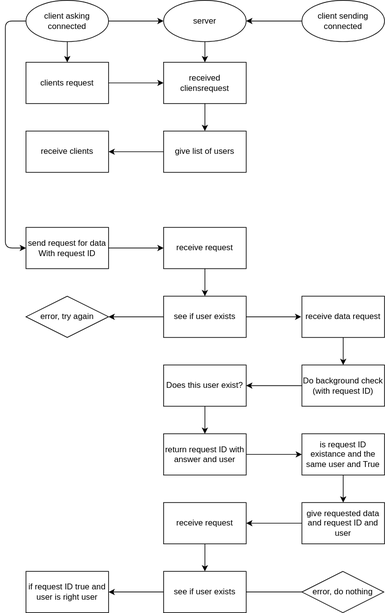
Before: connect.drawio.svg, a diagram exported from draw.io (oldmartijntje/LAN-Hub). Source tidied: cells renumbered, new cells last; positions are measured from the earlier drawing's top-left corner, leaving out a move shared by most shapes.
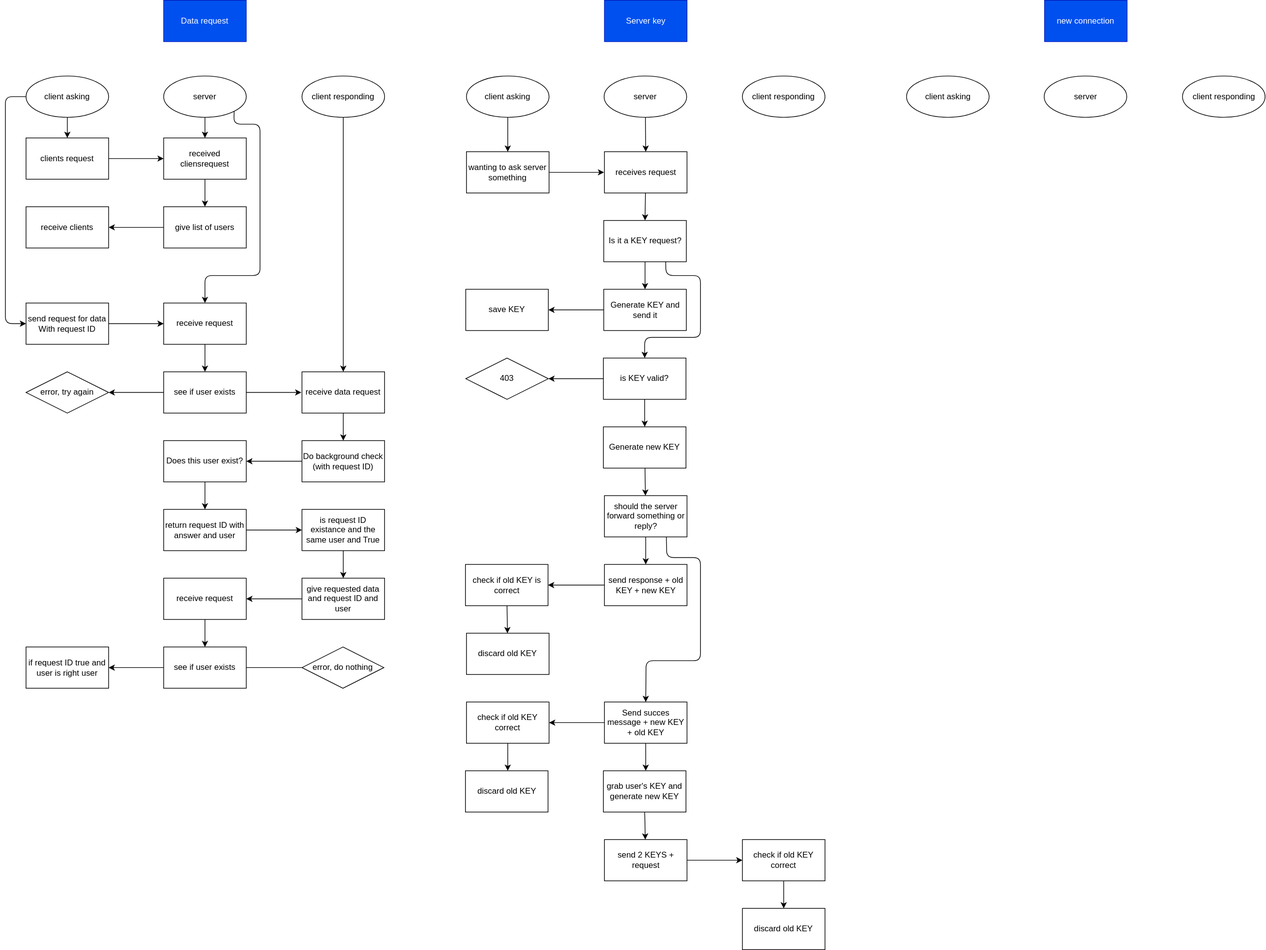
Above is the later version.

Commit message:
extra schematic

Change to the diagram source:
```diff
@@ -5,9 +5,6 @@
     <mxCell id="2" style="edgeStyle=none;html=1;entryX=0.5;entryY=0;entryDx=0;entryDy=0;" parent="1" edge="1" source="5" target="11">
       <mxGeometry relative="1" as="geometry" />
     </mxCell>
-    <mxCell id="3" style="edgeStyle=none;html=1;entryX=0;entryY=0.5;entryDx=0;entryDy=0;" parent="1" edge="1" source="5" target="7">
-      <mxGeometry relative="1" as="geometry" />
-    </mxCell>
     <mxCell id="4" style="edgeStyle=none;html=1;entryX=0;entryY=0.5;entryDx=0;entryDy=0;" parent="1" edge="1" source="5" target="18">
       <mxGeometry relative="1" as="geometry">
         <Array as="points">
@@ -16,19 +13,29 @@
         </Array>
       </mxGeometry>
     </mxCell>
-    <mxCell id="5" value="client asking&lt;br&gt;connected" style="ellipse;whiteSpace=wrap;html=1;" parent="1" vertex="1">
+    <mxCell id="5" value="client asking" style="ellipse;whiteSpace=wrap;html=1;" parent="1" vertex="1">
       <mxGeometry x="30" width="120" height="60" as="geometry" />
     </mxCell>
     <mxCell id="6" style="edgeStyle=none;html=1;entryX=0.5;entryY=0;entryDx=0;entryDy=0;" parent="1" edge="1" source="7" target="13">
       <mxGeometry relative="1" as="geometry" />
     </mxCell>
+    <mxCell id="44" style="edgeStyle=none;html=1;exitX=1;exitY=1;exitDx=0;exitDy=0;entryX=0.5;entryY=0;entryDx=0;entryDy=0;" parent="1" edge="1" source="7" target="22">
+      <mxGeometry relative="1" as="geometry">
+        <Array as="points">
+          <mxPoint x="332" y="70" />
+          <mxPoint x="370" y="70" />
+          <mxPoint x="370" y="290" />
+          <mxPoint x="290" y="290" />
+        </Array>
+      </mxGeometry>
+    </mxCell>
     <mxCell id="7" value="server" style="ellipse;whiteSpace=wrap;html=1;" parent="1" vertex="1">
       <mxGeometry x="230" width="120" height="60" as="geometry" />
     </mxCell>
-    <mxCell id="8" style="edgeStyle=none;html=1;entryX=1;entryY=0.5;entryDx=0;entryDy=0;" parent="1" edge="1" source="9" target="7">
-      <mxGeometry relative="1" as="geometry" />
-    </mxCell>
+    <mxCell id="45" style="edgeStyle=none;html=1;" parent="1" edge="1" source="9" target="20">
+      <mxGeometry relative="1" as="geometry" />
+    </mxCell>
-    <mxCell id="9" value="client sending connected" style="ellipse;whiteSpace=wrap;html=1;" parent="1" vertex="1">
+    <mxCell id="9" value="client responding" style="ellipse;whiteSpace=wrap;html=1;" parent="1" vertex="1">
       <mxGeometry x="431" width="120" height="60" as="geometry" />
     </mxCell>
     <mxCell id="10" style="edgeStyle=none;html=1;entryX=0;entryY=0.5;entryDx=0;entryDy=0;" parent="1" edge="1" source="11" target="13">
@@ -145,5 +152,173 @@
     <mxCell id="43" value="error, do nothing" style="rhombus;whiteSpace=wrap;html=1;" parent="1" vertex="1">
       <mxGeometry x="431" y="830" width="119" height="60" as="geometry" />
     </mxCell>
+    <mxCell id="46" value="Data request" style="whiteSpace=wrap;html=1;fillColor=#0050ef;fontColor=#ffffff;strokeColor=#001DBC;" parent="1" vertex="1">
+      <mxGeometry x="230" y="-110" width="120" height="60" as="geometry" />
+    </mxCell>
+    <mxCell id="47" value="Server key" style="whiteSpace=wrap;html=1;fillColor=#0050ef;fontColor=#ffffff;strokeColor=#001DBC;" parent="1" vertex="1">
+      <mxGeometry x="870.5" y="-110" width="120" height="60" as="geometry" />
+    </mxCell>
+    <mxCell id="48" value="new connection" style="whiteSpace=wrap;html=1;fillColor=#0050ef;fontColor=#ffffff;strokeColor=#001DBC;" parent="1" vertex="1">
+      <mxGeometry x="1510" y="-110" width="120" height="60" as="geometry" />
+    </mxCell>
+    <mxCell id="49" style="edgeStyle=none;html=1;entryX=0.5;entryY=0;entryDx=0;entryDy=0;" parent="1" edge="1" source="50" target="58">
+      <mxGeometry relative="1" as="geometry" />
+    </mxCell>
+    <mxCell id="50" value="client asking" style="ellipse;whiteSpace=wrap;html=1;" parent="1" vertex="1">
+      <mxGeometry x="670" width="120" height="60" as="geometry" />
+    </mxCell>
+    <mxCell id="51" style="edgeStyle=none;html=1;entryX=0.5;entryY=0;entryDx=0;entryDy=0;" parent="1" edge="1" source="52" target="60">
+      <mxGeometry relative="1" as="geometry" />
+    </mxCell>
+    <mxCell id="52" value="server" style="ellipse;whiteSpace=wrap;html=1;" parent="1" vertex="1">
+      <mxGeometry x="870" width="120" height="60" as="geometry" />
+    </mxCell>
+    <mxCell id="53" value="client responding" style="ellipse;whiteSpace=wrap;html=1;" parent="1" vertex="1">
+      <mxGeometry x="1071" width="120" height="60" as="geometry" />
+    </mxCell>
+    <mxCell id="54" value="client asking" style="ellipse;whiteSpace=wrap;html=1;" parent="1" vertex="1">
+      <mxGeometry x="1309.5" width="120" height="60" as="geometry" />
+    </mxCell>
+    <mxCell id="55" value="server" style="ellipse;whiteSpace=wrap;html=1;" parent="1" vertex="1">
+      <mxGeometry x="1509.5" width="120" height="60" as="geometry" />
+    </mxCell>
+    <mxCell id="56" value="client responding" style="ellipse;whiteSpace=wrap;html=1;" parent="1" vertex="1">
+      <mxGeometry x="1710.5" width="120" height="60" as="geometry" />
+    </mxCell>
+    <mxCell id="57" style="edgeStyle=none;html=1;" parent="1" edge="1" source="58">
+      <mxGeometry relative="1" as="geometry">
+        <mxPoint x="870" y="140" as="targetPoint" />
+      </mxGeometry>
+    </mxCell>
+    <mxCell id="58" value="wanting to ask server something" style="whiteSpace=wrap;html=1;" parent="1" vertex="1">
+      <mxGeometry x="670" y="110" width="120" height="60" as="geometry" />
+    </mxCell>
+    <mxCell id="59" style="edgeStyle=none;html=1;entryX=0.5;entryY=0;entryDx=0;entryDy=0;" parent="1" edge="1" source="60" target="74">
+      <mxGeometry relative="1" as="geometry" />
+    </mxCell>
+    <mxCell id="60" value="receives request" style="whiteSpace=wrap;html=1;" parent="1" vertex="1">
+      <mxGeometry x="870.5" y="110" width="120" height="60" as="geometry" />
+    </mxCell>
+    <mxCell id="61" style="edgeStyle=none;html=1;entryX=1;entryY=0.5;entryDx=0;entryDy=0;" parent="1" edge="1" source="63" target="64">
+      <mxGeometry relative="1" as="geometry" />
+    </mxCell>
+    <mxCell id="62" style="edgeStyle=none;html=1;" parent="1" edge="1" source="63" target="66">
+      <mxGeometry relative="1" as="geometry" />
+    </mxCell>
+    <mxCell id="63" value="is KEY valid?" style="whiteSpace=wrap;html=1;" parent="1" vertex="1">
+      <mxGeometry x="869" y="410" width="120" height="60" as="geometry" />
+    </mxCell>
+    <mxCell id="64" value="403" style="rhombus;whiteSpace=wrap;html=1;" parent="1" vertex="1">
+      <mxGeometry x="669" y="410" width="120" height="60" as="geometry" />
+    </mxCell>
+    <mxCell id="65" style="edgeStyle=none;html=1;" parent="1" edge="1" source="66" target="80">
+      <mxGeometry relative="1" as="geometry" />
+    </mxCell>
+    <mxCell id="66" value="Generate new KEY" style="whiteSpace=wrap;html=1;" parent="1" vertex="1">
+      <mxGeometry x="869" y="510" width="120" height="60" as="geometry" />
+    </mxCell>
+    <mxCell id="67" style="edgeStyle=none;html=1;entryX=1;entryY=0.5;entryDx=0;entryDy=0;" parent="1" edge="1" source="68" target="70">
+      <mxGeometry relative="1" as="geometry" />
+    </mxCell>
+    <mxCell id="68" value="send response + old KEY + new KEY" style="whiteSpace=wrap;html=1;" parent="1" vertex="1">
+      <mxGeometry x="870.5" y="710" width="120" height="60" as="geometry" />
+    </mxCell>
+    <mxCell id="69" style="edgeStyle=none;html=1;" parent="1" edge="1" source="70" target="71">
+      <mxGeometry relative="1" as="geometry" />
+    </mxCell>
+    <mxCell id="70" value="check if old KEY is correct" style="whiteSpace=wrap;html=1;" parent="1" vertex="1">
+      <mxGeometry x="668.5" y="710" width="120" height="60" as="geometry" />
+    </mxCell>
+    <mxCell id="71" value="discard old KEY" style="whiteSpace=wrap;html=1;" parent="1" vertex="1">
+      <mxGeometry x="670" y="810" width="120" height="60" as="geometry" />
+    </mxCell>
+    <mxCell id="72" style="edgeStyle=none;html=1;entryX=0.5;entryY=0;entryDx=0;entryDy=0;" parent="1" edge="1" source="74" target="76">
+      <mxGeometry relative="1" as="geometry" />
+    </mxCell>
+    <mxCell id="73" style="edgeStyle=none;html=1;exitX=0.75;exitY=1;exitDx=0;exitDy=0;entryX=0.5;entryY=0;entryDx=0;entryDy=0;" parent="1" edge="1" source="74" target="63">
+      <mxGeometry relative="1" as="geometry">
+        <Array as="points">
+          <mxPoint x="960" y="290" />
+          <mxPoint x="1010" y="290" />
+          <mxPoint x="1010" y="380" />
+          <mxPoint x="929" y="380" />
+        </Array>
+      </mxGeometry>
+    </mxCell>
+    <mxCell id="74" value="Is it a KEY request?" style="whiteSpace=wrap;html=1;" parent="1" vertex="1">
+      <mxGeometry x="869.5" y="210" width="120" height="60" as="geometry" />
+    </mxCell>
+    <mxCell id="75" style="edgeStyle=none;html=1;entryX=1;entryY=0.5;entryDx=0;entryDy=0;" parent="1" edge="1" source="76" target="77">
+      <mxGeometry relative="1" as="geometry" />
+    </mxCell>
+    <mxCell id="76" value="Generate KEY and send it" style="whiteSpace=wrap;html=1;" parent="1" vertex="1">
+      <mxGeometry x="869.5" y="310" width="120" height="60" as="geometry" />
+    </mxCell>
+    <mxCell id="77" value="save KEY" style="whiteSpace=wrap;html=1;" parent="1" vertex="1">
+      <mxGeometry x="669" y="310" width="120" height="60" as="geometry" />
+    </mxCell>
+    <mxCell id="78" style="edgeStyle=none;html=1;entryX=0.5;entryY=0;entryDx=0;entryDy=0;" parent="1" edge="1" source="80" target="68">
+      <mxGeometry relative="1" as="geometry" />
+    </mxCell>
+    <mxCell id="79" style="edgeStyle=none;html=1;exitX=0.75;exitY=1;exitDx=0;exitDy=0;entryX=0.5;entryY=0;entryDx=0;entryDy=0;" parent="1" edge="1" source="80" target="83">
+      <mxGeometry relative="1" as="geometry">
+        <Array as="points">
+          <mxPoint x="961" y="700" />
+          <mxPoint x="1010" y="700" />
+          <mxPoint x="1010" y="850" />
+          <mxPoint x="931" y="850" />
+        </Array>
+      </mxGeometry>
+    </mxCell>
+    <mxCell id="80" value="should the server forward something or reply?" style="whiteSpace=wrap;html=1;" parent="1" vertex="1">
+      <mxGeometry x="870.5" y="610" width="120" height="60" as="geometry" />
+    </mxCell>
+    <mxCell id="81" style="edgeStyle=none;html=1;" parent="1" edge="1" source="83">
+      <mxGeometry relative="1" as="geometry">
+        <mxPoint x="790" y="940" as="targetPoint" />
+      </mxGeometry>
+    </mxCell>
+    <mxCell id="82" style="edgeStyle=none;html=1;" parent="1" edge="1" source="83">
+      <mxGeometry relative="1" as="geometry">
+        <mxPoint x="930.5" y="1010" as="targetPoint" />
+      </mxGeometry>
+    </mxCell>
+    <mxCell id="83" value="Send succes message + new KEY + old KEY" style="whiteSpace=wrap;html=1;" parent="1" vertex="1">
+      <mxGeometry x="870.5" y="910" width="120" height="60" as="geometry" />
+    </mxCell>
+    <mxCell id="84" style="edgeStyle=none;html=1;" parent="1" edge="1" source="85">
+      <mxGeometry relative="1" as="geometry">
+        <mxPoint x="730" y="1010" as="targetPoint" />
+      </mxGeometry>
+    </mxCell>
+    <mxCell id="85" value="check if old KEY correct" style="whiteSpace=wrap;html=1;" parent="1" vertex="1">
+      <mxGeometry x="670" y="910" width="120" height="60" as="geometry" />
+    </mxCell>
+    <mxCell id="86" value="discard old KEY" style="whiteSpace=wrap;html=1;" parent="1" vertex="1">
+      <mxGeometry x="668.5" y="1010" width="120" height="60" as="geometry" />
+    </mxCell>
+    <mxCell id="87" style="edgeStyle=none;html=1;exitX=0.5;exitY=1;exitDx=0;exitDy=0;" parent="1" edge="1" source="88" target="90">
+      <mxGeometry relative="1" as="geometry" />
+    </mxCell>
+    <mxCell id="88" value="grab user's KEY and generate new KEY" style="whiteSpace=wrap;html=1;" parent="1" vertex="1">
+      <mxGeometry x="869" y="1010" width="120" height="60" as="geometry" />
+    </mxCell>
+    <mxCell id="89" style="edgeStyle=none;html=1;" parent="1" edge="1" source="90">
+      <mxGeometry relative="1" as="geometry">
+        <mxPoint x="1071" y="1140" as="targetPoint" />
+      </mxGeometry>
+    </mxCell>
+    <mxCell id="90" value="send 2 KEYS + request" style="whiteSpace=wrap;html=1;" parent="1" vertex="1">
+      <mxGeometry x="870.5" y="1110" width="120" height="60" as="geometry" />
+    </mxCell>
+    <mxCell id="91" style="edgeStyle=none;html=1;" parent="1" edge="1" source="92" target="93">
+      <mxGeometry relative="1" as="geometry" />
+    </mxCell>
+    <mxCell id="92" value="check if old KEY correct" style="whiteSpace=wrap;html=1;" parent="1" vertex="1">
+      <mxGeometry x="1071" y="1110" width="120" height="60" as="geometry" />
+    </mxCell>
+    <mxCell id="93" value="discard old KEY" style="whiteSpace=wrap;html=1;" parent="1" vertex="1">
+      <mxGeometry x="1071" y="1210" width="120" height="60" as="geometry" />
+    </mxCell>
   </root>
 </mxGraphModel>
```
